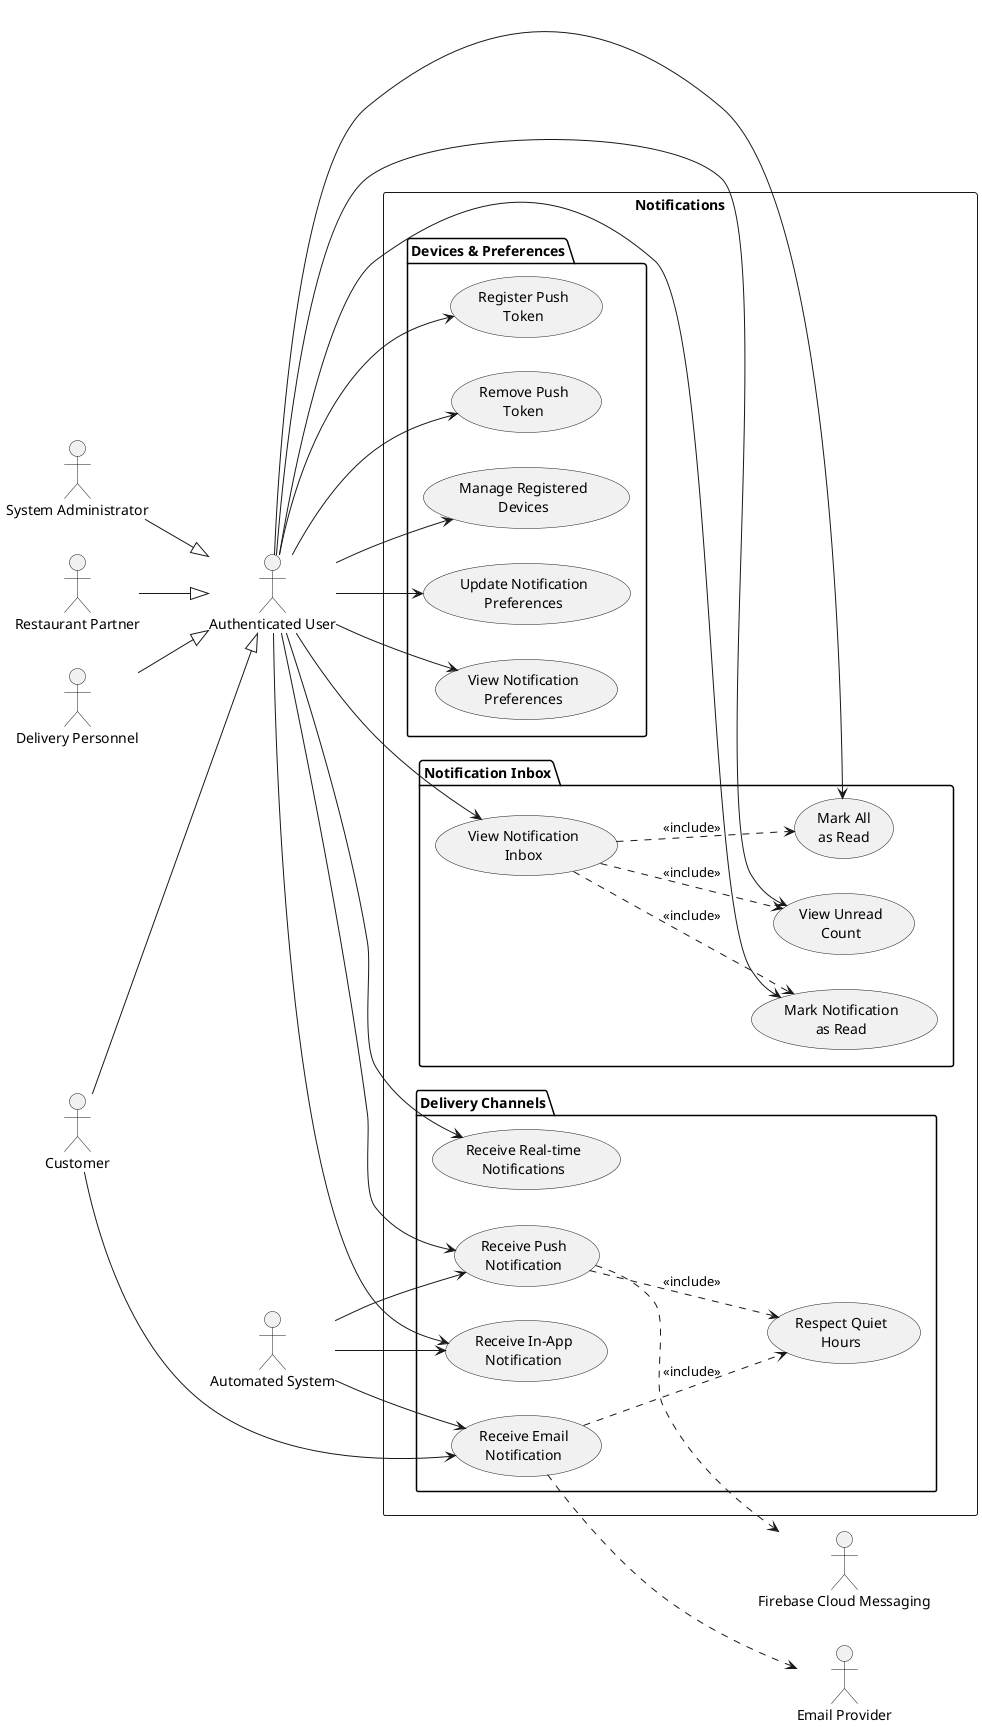
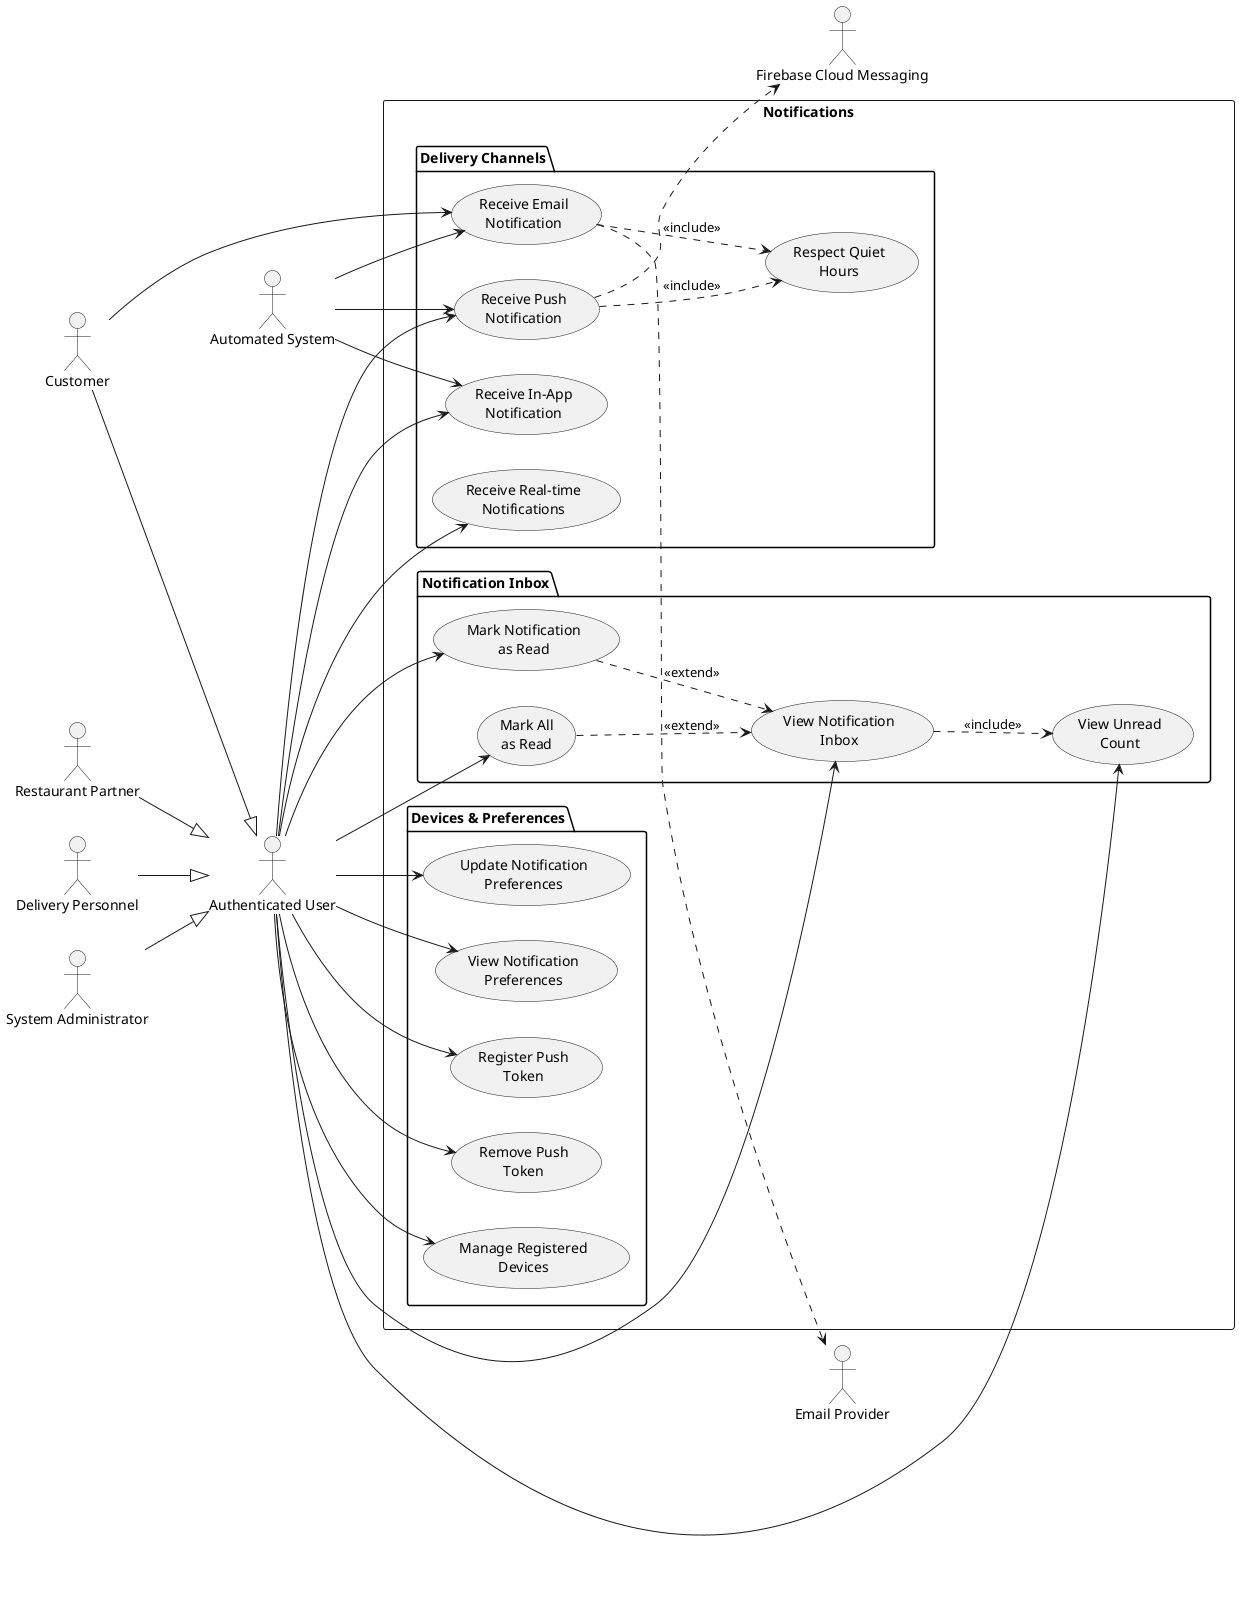
@startuml NotificationDiagram
left to right direction
skinparam shadowing false

actor "Authenticated User" as User
actor "Customer" as Customer
actor "Restaurant Partner" as Restaurant
actor "Delivery Personnel" as Shipper
actor "System Administrator" as Admin

actor "Automated System" as SystemActor
actor "Firebase Cloud Messaging" as FCM
actor "Email Provider" as Email

Customer --|> User
Restaurant --|> User
Shipper --|> User
Admin --|> User

rectangle "Notifications" {

  package "Delivery Channels" {

    usecase "Receive In-App\nNotification" as UC_NOTIF_INAPP

    usecase "Receive Push\nNotification" as UC_NOTIF_PUSH

    usecase "Receive Email\nNotification" as UC_NOTIF_EMAIL

    usecase "Receive Real-time\nNotifications" as UC_NOTIF_07

    usecase "Respect Quiet\nHours" as UC_NOTIF_20
  }

  package "Notification Inbox" {

    usecase "View Notification\nInbox" as UC_NOTIF_08

    usecase "View Unread\nCount" as UC_NOTIF_09

    usecase "Mark Notification\nas Read" as UC_NOTIF_10

    usecase "Mark All\nas Read" as UC_NOTIF_11
  }

  package "Devices & Preferences" {

    usecase "Register Push\nToken" as UC_NOTIF_12

    usecase "Remove Push\nToken" as UC_NOTIF_13

    usecase "Manage Registered\nDevices" as UC_NOTIF_14

    usecase "Update Notification\nPreferences" as UC_NOTIF_15

    usecase "View Notification\nPreferences" as UC_NOTIF_16
  }
}

User --> UC_NOTIF_INAPP
User --> UC_NOTIF_PUSH
User --> UC_NOTIF_07
User --> UC_NOTIF_08
User --> UC_NOTIF_09
User --> UC_NOTIF_10
User --> UC_NOTIF_11
User --> UC_NOTIF_12
User --> UC_NOTIF_13
User --> UC_NOTIF_14
User --> UC_NOTIF_15
User --> UC_NOTIF_16

Customer --> UC_NOTIF_EMAIL

SystemActor --> UC_NOTIF_INAPP
SystemActor --> UC_NOTIF_PUSH
SystemActor --> UC_NOTIF_EMAIL

UC_NOTIF_08 ..> UC_NOTIF_09 : <<include>>
- UC_NOTIF_08 ..> UC_NOTIF_10 : <<include>>
- UC_NOTIF_08 ..> UC_NOTIF_11 : <<include>>
+ UC_NOTIF_10 ..> UC_NOTIF_08 : <<extend>>
+ UC_NOTIF_11 ..> UC_NOTIF_08 : <<extend>>

UC_NOTIF_PUSH ..> UC_NOTIF_20 : <<include>>
UC_NOTIF_EMAIL ..> UC_NOTIF_20 : <<include>>

UC_NOTIF_PUSH ..> FCM
UC_NOTIF_EMAIL ..> Email

@enduml